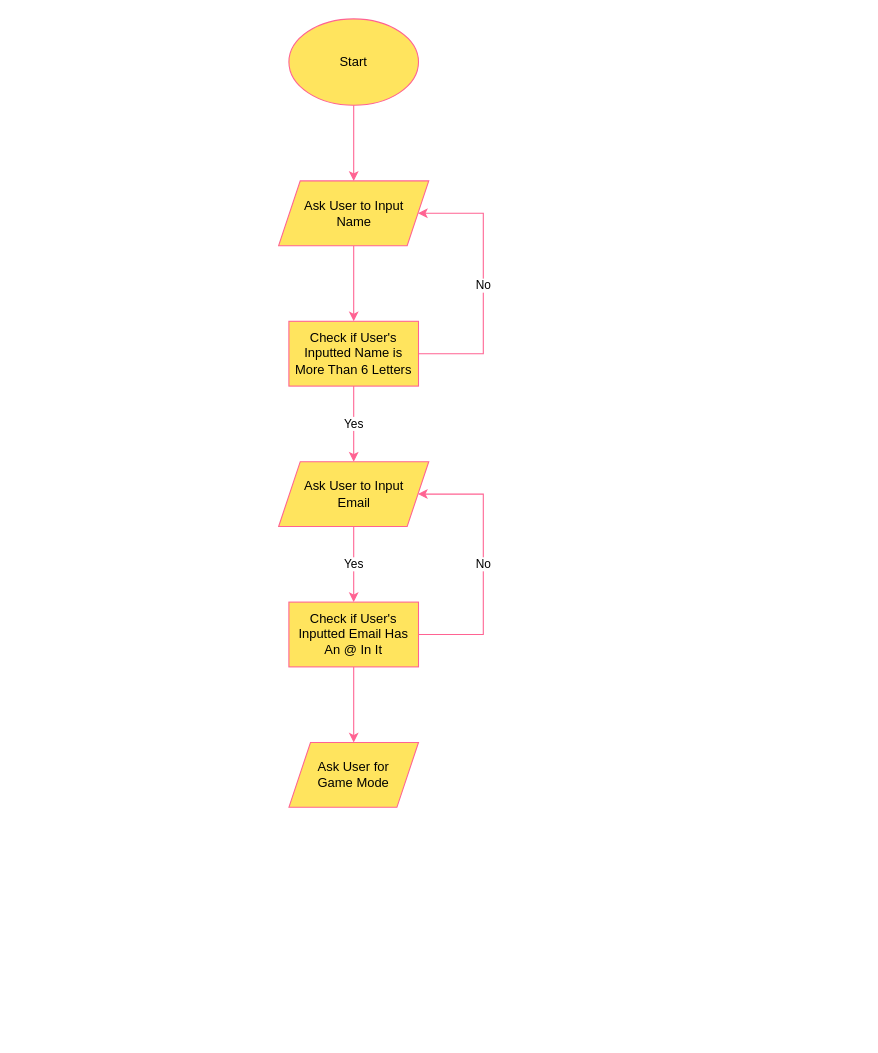
This is Flowchart.drawio from cutthroat78/Leaving-Cert-Computer-Science-Coursework-Project, a draw.io file, before an edit. Source tidied: cells renumbered, new cells numbered last; positions are measured from the earlier drawing's top-left corner, leaving out a move shared by most shapes. Both pictures are drawn from the tidied source at 108%, with x=0, y=0 at pixel (278, 18).
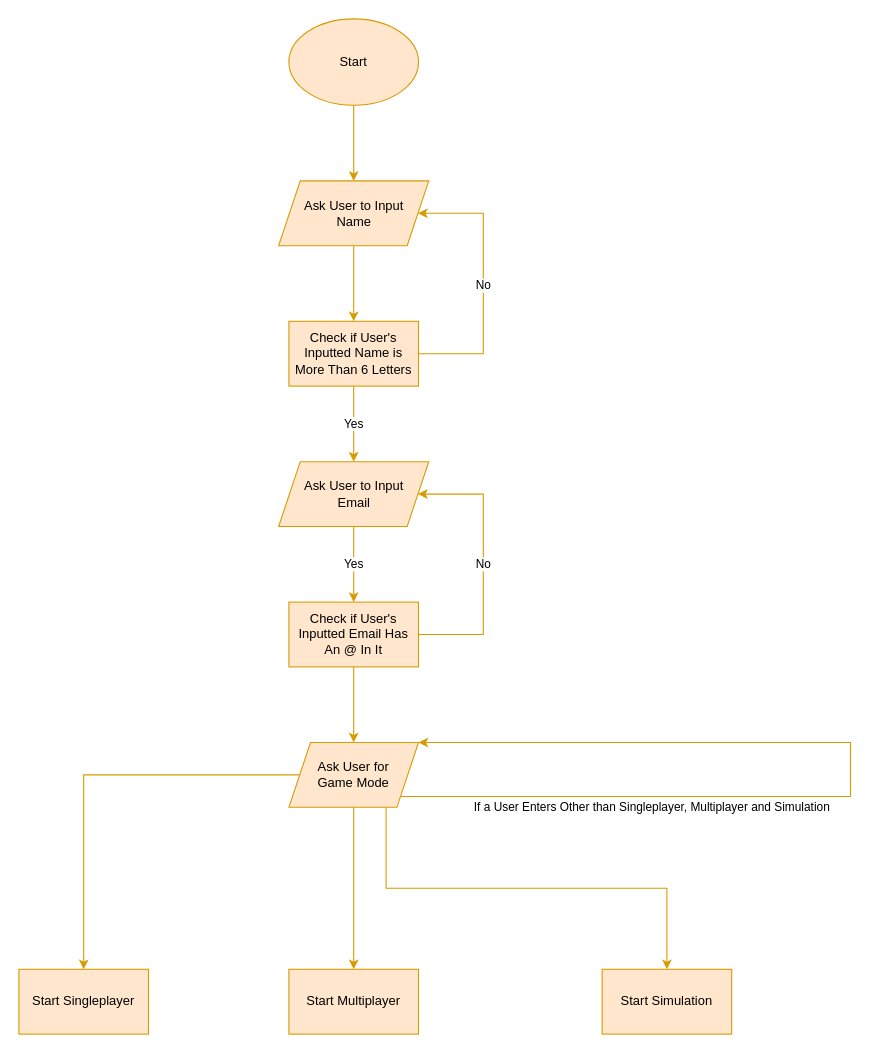
The same diagram, later.

Commit message:
Worked on flowchart in class

The edit, as a diff of the source:
```diff
@@
-    <mxCell id="2" style="edgeStyle=orthogonalEdgeStyle;rounded=0;jettySize=auto;html=1;strokeColor=#FF6392;fontColor=#000000;" parent="1" edge="1" source="3" target="5">
+    <mxCell id="2" style="edgeStyle=orthogonalEdgeStyle;rounded=0;jettySize=auto;html=1;fontColor=#000000;fillColor=#ffe6cc;strokeColor=#d79b00;" parent="1" edge="1" source="3" target="5">
       <mxGeometry relative="1" as="geometry" />
     </mxCell>
-    <mxCell id="3" value="&lt;div&gt;Start&lt;/div&gt;" style="ellipse;whiteSpace=wrap;html=1;fillColor=#FFE45E;strokeColor=#FF6392;fontColor=#000000;" parent="1" vertex="1">
+    <mxCell id="3" value="&lt;div&gt;Start&lt;/div&gt;" style="ellipse;whiteSpace=wrap;html=1;fillColor=#ffe6cc;strokeColor=#d79b00;" parent="1" vertex="1">
       <mxGeometry x="10" width="120" height="80" as="geometry" />
     </mxCell>
-    <mxCell id="4" style="edgeStyle=orthogonalEdgeStyle;rounded=0;jettySize=auto;html=1;strokeColor=#FF6392;fontColor=#000000;" parent="1" edge="1" source="5" target="8">
+    <mxCell id="4" style="edgeStyle=orthogonalEdgeStyle;rounded=0;jettySize=auto;html=1;fontColor=#000000;fillColor=#ffe6cc;strokeColor=#d79b00;" parent="1" edge="1" source="5" target="8">
       <mxGeometry relative="1" as="geometry" />
     </mxCell>
-    <mxCell id="5" value="&lt;div&gt;Ask User to Input&lt;/div&gt;&lt;div&gt;Name&lt;br&gt;&lt;/div&gt;" style="shape=parallelogram;perimeter=parallelogramPerimeter;whiteSpace=wrap;html=1;fixedSize=1;fillColor=#FFE45E;strokeColor=#FF6392;fontColor=#000000;" parent="1" vertex="1">
+    <mxCell id="5" value="&lt;div&gt;Ask User to Input&lt;/div&gt;&lt;div&gt;Name&lt;br&gt;&lt;/div&gt;" style="shape=parallelogram;perimeter=parallelogramPerimeter;whiteSpace=wrap;html=1;fixedSize=1;fillColor=#ffe6cc;strokeColor=#d79b00;" parent="1" vertex="1">
       <mxGeometry x="0.5" y="150" width="139" height="60" as="geometry" />
     </mxCell>
-    <mxCell id="6" value="No" style="edgeStyle=orthogonalEdgeStyle;rounded=0;jettySize=auto;html=1;strokeColor=#FF6392;fontColor=#000000;fillColor=#FFE45E;entryX=1;entryY=0.5;entryDx=0;entryDy=0;" parent="1" edge="1" source="8" target="5">
+    <mxCell id="6" value="No" style="edgeStyle=orthogonalEdgeStyle;rounded=0;jettySize=auto;html=1;fontColor=#000000;entryX=1;entryY=0.5;entryDx=0;entryDy=0;fillColor=#ffe6cc;strokeColor=#d79b00;" parent="1" edge="1" source="8" target="5">
       <mxGeometry x="-0.02" relative="1" as="geometry">
         <Array as="points">
           <mxPoint x="190" y="310" />
           <mxPoint x="190" y="180" />
         </Array>
       </mxGeometry>
     </mxCell>
-    <mxCell id="7" value="Yes" style="edgeStyle=orthogonalEdgeStyle;rounded=0;jettySize=auto;html=1;strokeColor=#FF6392;fontColor=#000000;fillColor=#FFE45E;" parent="1" edge="1" source="8" target="10">
+    <mxCell id="7" value="Yes" style="edgeStyle=orthogonalEdgeStyle;rounded=0;jettySize=auto;html=1;fontColor=#000000;fillColor=#ffe6cc;strokeColor=#d79b00;" parent="1" edge="1" source="8" target="10">
       <mxGeometry relative="1" as="geometry" />
     </mxCell>
-    <mxCell id="8" value="Check if User's Inputted Name is More Than 6 Letters " style="rounded=0;whiteSpace=wrap;html=1;fillColor=#FFE45E;strokeColor=#FF6392;fontColor=#000000;" parent="1" vertex="1">
+    <mxCell id="8" value="Check if User's Inputted Name is More Than 6 Letters " style="rounded=0;whiteSpace=wrap;html=1;fillColor=#ffe6cc;strokeColor=#d79b00;" parent="1" vertex="1">
       <mxGeometry x="10" y="280" width="120" height="60" as="geometry" />
     </mxCell>
-    <mxCell id="9" value="Yes" style="edgeStyle=orthogonalEdgeStyle;rounded=0;jettySize=auto;html=1;strokeColor=#FF6392;fontColor=#000000;fillColor=#FFE45E;" parent="1" edge="1" source="10" target="13">
+    <mxCell id="9" value="Yes" style="edgeStyle=orthogonalEdgeStyle;rounded=0;jettySize=auto;html=1;fontColor=#000000;fillColor=#ffe6cc;strokeColor=#d79b00;" parent="1" edge="1" source="10" target="13">
       <mxGeometry relative="1" as="geometry" />
     </mxCell>
-    <mxCell id="10" value="&lt;div&gt;Ask User to Input&lt;/div&gt;&lt;div&gt;Email&lt;br&gt;&lt;/div&gt;" style="shape=parallelogram;perimeter=parallelogramPerimeter;whiteSpace=wrap;html=1;fixedSize=1;fillColor=#FFE45E;strokeColor=#FF6392;fontColor=#000000;" parent="1" vertex="1">
+    <mxCell id="10" value="&lt;div&gt;Ask User to Input&lt;/div&gt;&lt;div&gt;Email&lt;br&gt;&lt;/div&gt;" style="shape=parallelogram;perimeter=parallelogramPerimeter;whiteSpace=wrap;html=1;fixedSize=1;fillColor=#ffe6cc;strokeColor=#d79b00;" parent="1" vertex="1">
       <mxGeometry x="0.5" y="410" width="139" height="60" as="geometry" />
     </mxCell>
-    <mxCell id="11" value="No" style="edgeStyle=orthogonalEdgeStyle;rounded=0;jettySize=auto;html=1;strokeColor=#FF6392;fontColor=#000000;fillColor=#FFE45E;entryX=1;entryY=0.5;entryDx=0;entryDy=0;" parent="1" edge="1" source="13" target="10">
+    <mxCell id="11" value="No" style="edgeStyle=orthogonalEdgeStyle;rounded=0;jettySize=auto;html=1;fontColor=#000000;entryX=1;entryY=0.5;entryDx=0;entryDy=0;fillColor=#ffe6cc;strokeColor=#d79b00;" parent="1" edge="1" source="13" target="10">
       <mxGeometry relative="1" as="geometry">
         <Array as="points">
           <mxPoint x="190" y="570" />
           <mxPoint x="190" y="440" />
         </Array>
       </mxGeometry>
     </mxCell>
-    <mxCell id="12" style="edgeStyle=orthogonalEdgeStyle;rounded=0;jettySize=auto;html=1;strokeColor=#FF6392;fontColor=#000000;fillColor=#FFE45E;" parent="1" edge="1" source="13" target="14">
+    <mxCell id="12" style="edgeStyle=orthogonalEdgeStyle;rounded=0;jettySize=auto;html=1;fontColor=#000000;fillColor=#ffe6cc;strokeColor=#d79b00;" parent="1" edge="1" source="13" target="14">
       <mxGeometry relative="1" as="geometry" />
     </mxCell>
-    <mxCell id="13" value="Check if User's Inputted Email Has An @ In It" style="rounded=0;whiteSpace=wrap;html=1;strokeColor=#FF6392;fontColor=#000000;fillColor=#FFE45E;" parent="1" vertex="1">
+    <mxCell id="13" value="Check if User's Inputted Email Has An @ In It" style="rounded=0;whiteSpace=wrap;html=1;fillColor=#ffe6cc;strokeColor=#d79b00;" parent="1" vertex="1">
       <mxGeometry x="10" y="540" width="120" height="60" as="geometry" />
     </mxCell>
+    <mxCell id="15" value="&lt;div&gt;If a User Enters Other than Singleplayer, Multiplayer and Simulation&lt;/div&gt;" style="edgeStyle=orthogonalEdgeStyle;rounded=0;orthogonalLoop=1;jettySize=auto;html=1;entryX=1;entryY=0;entryDx=0;entryDy=0;exitX=1;exitY=0.75;exitDx=0;exitDy=0;fillColor=#ffe6cc;strokeColor=#d79b00;" parent="1" edge="1" source="14" target="14">
+      <mxGeometry x="-0.4" y="-10" relative="1" as="geometry">
+        <Array as="points">
+          <mxPoint x="100" y="712" />
+          <mxPoint x="100" y="720" />
+          <mxPoint x="530" y="720" />
+          <mxPoint x="530" y="670" />
+        </Array>
+      </mxGeometry>
+    </mxCell>
+    <mxCell id="16" style="edgeStyle=orthogonalEdgeStyle;rounded=0;jettySize=auto;html=1;entryX=0.5;entryY=0;entryDx=0;entryDy=0;fillColor=#ffe6cc;strokeColor=#d79b00;" parent="1" edge="1" source="14" target="19">
+      <mxGeometry relative="1" as="geometry" />
+    </mxCell>
+    <mxCell id="17" style="edgeStyle=orthogonalEdgeStyle;rounded=0;jettySize=auto;html=1;fillColor=#ffe6cc;strokeColor=#d79b00;" parent="1" edge="1" source="14" target="20">
+      <mxGeometry relative="1" as="geometry" />
+    </mxCell>
+    <mxCell id="18" style="edgeStyle=orthogonalEdgeStyle;rounded=0;jettySize=auto;html=1;exitX=0.75;exitY=1;exitDx=0;exitDy=0;fillColor=#ffe6cc;strokeColor=#d79b00;" parent="1" edge="1" source="14" target="21">
+      <mxGeometry relative="1" as="geometry" />
+    </mxCell>
-    <mxCell id="14" value="&lt;div&gt;Ask User for &lt;br&gt;&lt;/div&gt;&lt;div&gt;Game Mode&lt;/div&gt;" style="shape=parallelogram;perimeter=parallelogramPerimeter;whiteSpace=wrap;html=1;fixedSize=1;strokeColor=#FF6392;fontColor=#000000;fillColor=#FFE45E;" parent="1" vertex="1">
+    <mxCell id="14" value="&lt;div&gt;Ask User for &lt;br&gt;&lt;/div&gt;&lt;div&gt;Game Mode&lt;/div&gt;" style="shape=parallelogram;perimeter=parallelogramPerimeter;whiteSpace=wrap;html=1;fixedSize=1;fillColor=#ffe6cc;strokeColor=#d79b00;" parent="1" vertex="1">
       <mxGeometry x="10" y="670" width="120" height="60" as="geometry" />
     </mxCell>
+    <mxCell id="19" value="Start Singleplayer" style="rounded=0;whiteSpace=wrap;html=1;fillColor=#ffe6cc;strokeColor=#d79b00;" parent="1" vertex="1">
+      <mxGeometry x="-240" y="880" width="120" height="60" as="geometry" />
+    </mxCell>
+    <mxCell id="20" value="Start Multiplayer" style="rounded=0;whiteSpace=wrap;html=1;fillColor=#ffe6cc;strokeColor=#d79b00;" parent="1" vertex="1">
+      <mxGeometry x="10" y="880" width="120" height="60" as="geometry" />
+    </mxCell>
+    <mxCell id="21" value="Start Simulation" style="rounded=0;whiteSpace=wrap;html=1;fillColor=#ffe6cc;strokeColor=#d79b00;" parent="1" vertex="1">
+      <mxGeometry x="300" y="880" width="120" height="60" as="geometry" />
+    </mxCell>
```
